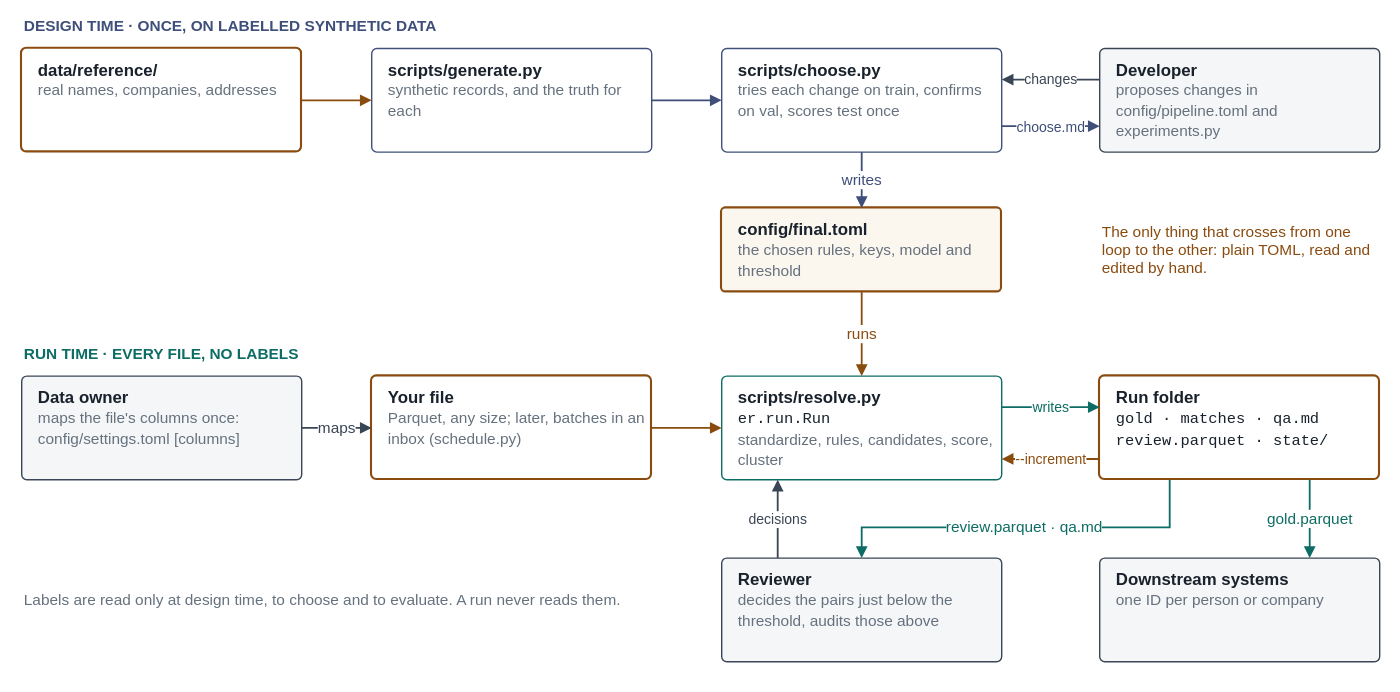
Before: docs/architecture-context.drawio.svg, a diagram exported from draw.io (mvsbm/entity_matching). Source tidied: cells renumbered, new cells last; positions are measured from the earlier drawing's top-left corner, leaving out a move shared by most shapes.
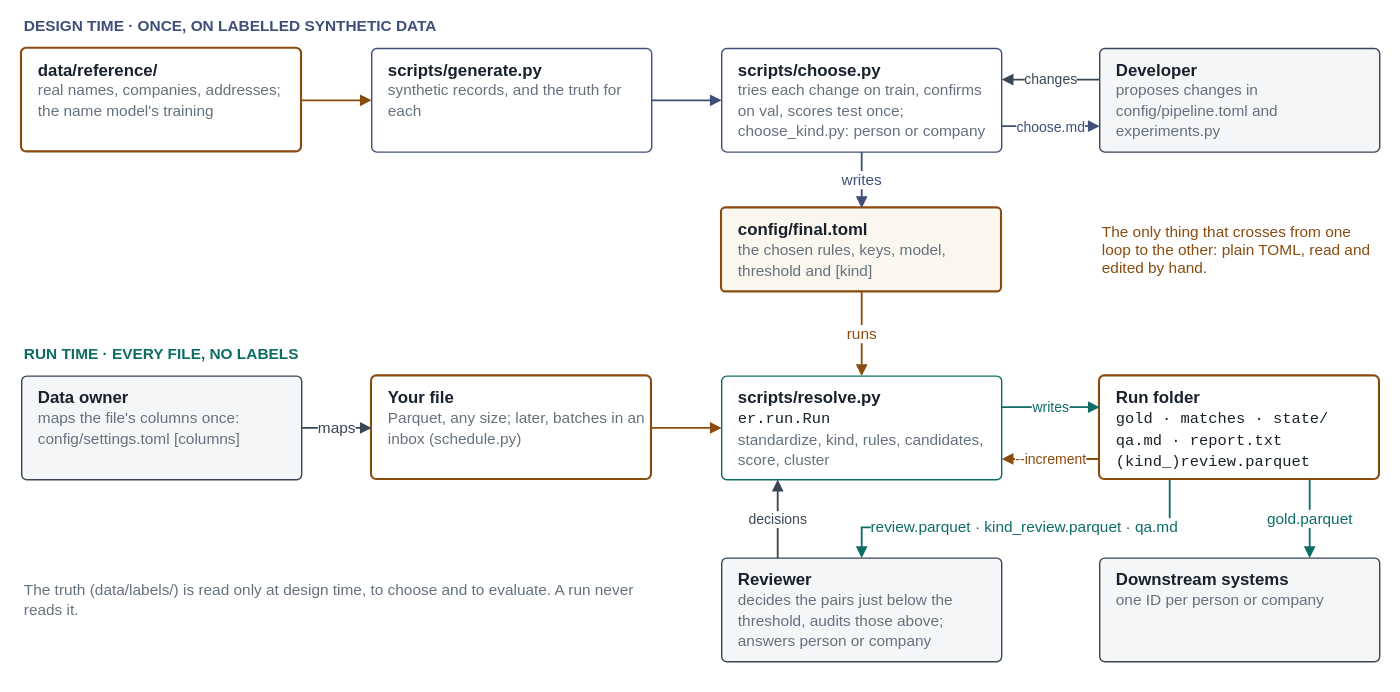
The same file after the commit.

The edit, as a diff of the source:
```diff
@@ -5,13 +5,13 @@
     <mxCell id="2" value="DESIGN TIME · ONCE, ON LABELLED SYNTHETIC DATA" style="text;html=1;align=left;verticalAlign=middle;fontFamily=Helvetica;fontSize=11;fontStyle=1;fontColor=#3f4f7a;" parent="1" vertex="1">
       <mxGeometry width="600" height="20" as="geometry" />
     </mxCell>
-    <mxCell id="3" value="&lt;b&gt;data/reference/&lt;/b&gt;&lt;br&gt;&lt;font color=&quot;#65717e&quot; style=&quot;font-size:11px&quot;&gt;real names, companies, addresses&lt;/font&gt;" style="rounded=1;arcSize=5;whiteSpace=wrap;html=1;align=left;verticalAlign=top;spacingLeft=10;spacingTop=2;fontFamily=Helvetica;fontSize=12;fontColor=#18212c;fillColor=#ffffff;strokeColor=#8a4b0f;strokeWidth=1.5;" parent="1" vertex="1">
+    <mxCell id="3" value="&lt;b&gt;data/reference/&lt;/b&gt;&lt;br&gt;&lt;font color=&quot;#65717e&quot; style=&quot;font-size:11px&quot;&gt;real names, companies, addresses; the name model's training&lt;/font&gt;" style="rounded=1;arcSize=5;whiteSpace=wrap;html=1;align=left;verticalAlign=top;spacingLeft=10;spacingTop=2;fontFamily=Helvetica;fontSize=12;fontColor=#18212c;fillColor=#ffffff;strokeColor=#8a4b0f;strokeWidth=1.5;" parent="1" vertex="1">
       <mxGeometry y="26" width="200" height="74" as="geometry" />
     </mxCell>
     <mxCell id="4" value="&lt;b&gt;scripts/generate.py&lt;/b&gt;&lt;br&gt;&lt;font color=&quot;#65717e&quot; style=&quot;font-size:11px&quot;&gt;synthetic records, and the truth for each&lt;/font&gt;" style="rounded=1;arcSize=5;whiteSpace=wrap;html=1;align=left;verticalAlign=top;spacingLeft=10;spacingTop=2;fontFamily=Helvetica;fontSize=12;fontColor=#18212c;fillColor=#ffffff;strokeColor=#3f4f7a;" parent="1" vertex="1">
       <mxGeometry x="250" y="26" width="200" height="74" as="geometry" />
     </mxCell>
-    <mxCell id="5" value="&lt;b&gt;scripts/choose.py&lt;/b&gt;&lt;br&gt;&lt;font color=&quot;#65717e&quot; style=&quot;font-size:11px&quot;&gt;tries each change on train, confirms on val, scores test once&lt;/font&gt;" style="rounded=1;arcSize=5;whiteSpace=wrap;html=1;align=left;verticalAlign=top;spacingLeft=10;spacingTop=2;fontFamily=Helvetica;fontSize=12;fontColor=#18212c;fillColor=#ffffff;strokeColor=#3f4f7a;" parent="1" vertex="1">
+    <mxCell id="5" value="&lt;b&gt;scripts/choose.py&lt;/b&gt;&lt;br&gt;&lt;font color=&quot;#65717e&quot; style=&quot;font-size:11px&quot;&gt;tries each change on train, confirms on val, scores test once; choose_kind.py: person or company&lt;/font&gt;" style="rounded=1;arcSize=5;whiteSpace=wrap;html=1;align=left;verticalAlign=top;spacingLeft=10;spacingTop=2;fontFamily=Helvetica;fontSize=12;fontColor=#18212c;fillColor=#ffffff;strokeColor=#3f4f7a;" parent="1" vertex="1">
       <mxGeometry x="500" y="26" width="200" height="74" as="geometry" />
     </mxCell>
     <mxCell id="6" value="&lt;b&gt;Developer&lt;/b&gt;&lt;br&gt;&lt;font color=&quot;#65717e&quot; style=&quot;font-size:11px&quot;&gt;proposes changes in config/pipeline.toml and experiments.py&lt;/font&gt;" style="rounded=1;arcSize=5;whiteSpace=wrap;html=1;align=left;verticalAlign=top;spacingLeft=10;spacingTop=2;fontFamily=Helvetica;fontSize=12;fontColor=#18212c;fillColor=#ffffff;strokeColor=#3a4655;fillColor=#f5f6f8;" parent="1" vertex="1">
@@ -29,7 +29,7 @@
     <mxCell id="10" value="choose.md" style="edgeStyle=orthogonalEdgeStyle;rounded=0;html=1;endArrow=block;endFill=1;endSize=5;strokeColor=#3f4f7a;strokeWidth=1.3;fontFamily=Helvetica;fontSize=11;fontColor=#3f4f7a;labelBackgroundColor=#ffffff;exitX=1;exitY=0.75;entryX=0;entryY=0.75;fontSize=10;" parent="1" edge="1" source="5" target="6">
       <mxGeometry relative="1" as="geometry" />
     </mxCell>
-    <mxCell id="11" value="&lt;b&gt;config/final.toml&lt;/b&gt;&lt;br&gt;&lt;font color=&quot;#65717e&quot; style=&quot;font-size:11px&quot;&gt;the chosen rules, keys, model and threshold&lt;/font&gt;" style="rounded=1;arcSize=5;whiteSpace=wrap;html=1;align=left;verticalAlign=top;spacingLeft=10;spacingTop=2;fontFamily=Helvetica;fontSize=12;fontColor=#18212c;fillColor=#ffffff;strokeColor=#8a4b0f;strokeWidth=1.5;fillColor=#fbf6ee;" parent="1" vertex="1">
+    <mxCell id="11" value="&lt;b&gt;config/final.toml&lt;/b&gt;&lt;br&gt;&lt;font color=&quot;#65717e&quot; style=&quot;font-size:11px&quot;&gt;the chosen rules, keys, model, threshold and [kind]&lt;/font&gt;" style="rounded=1;arcSize=5;whiteSpace=wrap;html=1;align=left;verticalAlign=top;spacingLeft=10;spacingTop=2;fontFamily=Helvetica;fontSize=12;fontColor=#18212c;fillColor=#ffffff;strokeColor=#8a4b0f;strokeWidth=1.5;fillColor=#fbf6ee;" parent="1" vertex="1">
       <mxGeometry x="500" y="140" width="200" height="60" as="geometry" />
     </mxCell>
     <mxCell id="12" value="The only thing that crosses from one loop to the other: plain TOML, read and edited by hand." style="text;html=1;align=left;verticalAlign=middle;whiteSpace=wrap;fontFamily=Helvetica;fontSize=11;fontColor=#65717e;fontColor=#8a4b0f;" parent="1" vertex="1">
@@ -47,10 +47,10 @@
     <mxCell id="16" value="&lt;b&gt;Your file&lt;/b&gt;&lt;br&gt;&lt;font color=&quot;#65717e&quot; style=&quot;font-size:11px&quot;&gt;Parquet, any size; later, batches in an inbox (schedule.py)&lt;/font&gt;" style="rounded=1;arcSize=5;whiteSpace=wrap;html=1;align=left;verticalAlign=top;spacingLeft=10;spacingTop=2;fontFamily=Helvetica;fontSize=12;fontColor=#18212c;fillColor=#ffffff;strokeColor=#8a4b0f;strokeWidth=1.5;" parent="1" vertex="1">
       <mxGeometry x="250" y="260" width="200" height="74" as="geometry" />
     </mxCell>
-    <mxCell id="17" value="&lt;b&gt;scripts/resolve.py&lt;/b&gt;&lt;br&gt;&lt;font face=&quot;Courier New&quot; style=&quot;font-size:11px&quot;&gt;er.run.Run&lt;/font&gt;&lt;br&gt;&lt;font color=&quot;#65717e&quot; style=&quot;font-size:11px&quot;&gt;standardize, rules, candidates, score, cluster&lt;/font&gt;" style="rounded=1;arcSize=5;whiteSpace=wrap;html=1;align=left;verticalAlign=top;spacingLeft=10;spacingTop=2;fontFamily=Helvetica;fontSize=12;fontColor=#18212c;fillColor=#ffffff;strokeColor=#0d6d65;" parent="1" vertex="1">
+    <mxCell id="17" value="&lt;b&gt;scripts/resolve.py&lt;/b&gt;&lt;br&gt;&lt;font face=&quot;Courier New&quot; style=&quot;font-size:11px&quot;&gt;er.run.Run&lt;/font&gt;&lt;br&gt;&lt;font color=&quot;#65717e&quot; style=&quot;font-size:11px&quot;&gt;standardize, kind, rules, candidates, score, cluster&lt;/font&gt;" style="rounded=1;arcSize=5;whiteSpace=wrap;html=1;align=left;verticalAlign=top;spacingLeft=10;spacingTop=2;fontFamily=Helvetica;fontSize=12;fontColor=#18212c;fillColor=#ffffff;strokeColor=#0d6d65;" parent="1" vertex="1">
       <mxGeometry x="500" y="260" width="200" height="74" as="geometry" />
     </mxCell>
-    <mxCell id="18" value="&lt;b&gt;Run folder&lt;/b&gt;&lt;br&gt;&lt;font face=&quot;Courier New&quot; style=&quot;font-size:11px&quot;&gt;gold · matches · qa.md&lt;/font&gt;&lt;br&gt;&lt;font face=&quot;Courier New&quot; style=&quot;font-size:11px&quot;&gt;review.parquet · state/&lt;/font&gt;" style="rounded=1;arcSize=5;whiteSpace=wrap;html=1;align=left;verticalAlign=top;spacingLeft=10;spacingTop=2;fontFamily=Helvetica;fontSize=12;fontColor=#18212c;fillColor=#ffffff;strokeColor=#8a4b0f;strokeWidth=1.5;" parent="1" vertex="1">
+    <mxCell id="18" value="&lt;b&gt;Run folder&lt;/b&gt;&lt;br&gt;&lt;font face=&quot;Courier New&quot; style=&quot;font-size:11px&quot;&gt;gold · matches · state/&lt;/font&gt;&lt;br&gt;&lt;font face=&quot;Courier New&quot; style=&quot;font-size:11px&quot;&gt;qa.md · report.txt&lt;/font&gt;&lt;br&gt;&lt;font face=&quot;Courier New&quot; style=&quot;font-size:11px&quot;&gt;(kind_)review.parquet&lt;/font&gt;" style="rounded=1;arcSize=5;whiteSpace=wrap;html=1;align=left;verticalAlign=top;spacingLeft=10;spacingTop=2;fontFamily=Helvetica;fontSize=12;fontColor=#18212c;fillColor=#ffffff;strokeColor=#8a4b0f;strokeWidth=1.5;" parent="1" vertex="1">
       <mxGeometry x="770" y="260" width="200" height="74" as="geometry" />
     </mxCell>
     <mxCell id="19" value="maps" style="edgeStyle=orthogonalEdgeStyle;rounded=0;html=1;endArrow=block;endFill=1;endSize=5;strokeColor=#3a4655;strokeWidth=1.3;fontFamily=Helvetica;fontSize=11;fontColor=#3a4655;labelBackgroundColor=#ffffff;exitX=1;exitY=0.5;entryX=0;entryY=0.5;" parent="1" edge="1" source="15" target="16">
@@ -68,7 +68,7 @@
     <mxCell id="23" value="--increment" style="edgeStyle=orthogonalEdgeStyle;rounded=0;html=1;endArrow=block;endFill=1;endSize=5;strokeColor=#8a4b0f;strokeWidth=1.3;fontFamily=Helvetica;fontSize=11;fontColor=#8a4b0f;labelBackgroundColor=#ffffff;exitX=0;exitY=0.8;entryX=1;entryY=0.8;fontSize=10;" parent="1" edge="1" source="18" target="17">
       <mxGeometry relative="1" as="geometry" />
     </mxCell>
-    <mxCell id="24" value="&lt;b&gt;Reviewer&lt;/b&gt;&lt;br&gt;&lt;font color=&quot;#65717e&quot; style=&quot;font-size:11px&quot;&gt;decides the pairs just below the threshold, audits those above&lt;/font&gt;" style="rounded=1;arcSize=5;whiteSpace=wrap;html=1;align=left;verticalAlign=top;spacingLeft=10;spacingTop=2;fontFamily=Helvetica;fontSize=12;fontColor=#18212c;fillColor=#ffffff;strokeColor=#3a4655;fillColor=#f5f6f8;" parent="1" vertex="1">
+    <mxCell id="24" value="&lt;b&gt;Reviewer&lt;/b&gt;&lt;br&gt;&lt;font color=&quot;#65717e&quot; style=&quot;font-size:11px&quot;&gt;decides the pairs just below the threshold, audits those above; answers person or company&lt;/font&gt;" style="rounded=1;arcSize=5;whiteSpace=wrap;html=1;align=left;verticalAlign=top;spacingLeft=10;spacingTop=2;fontFamily=Helvetica;fontSize=12;fontColor=#18212c;fillColor=#ffffff;strokeColor=#3a4655;fillColor=#f5f6f8;" parent="1" vertex="1">
       <mxGeometry x="500" y="390" width="200" height="74" as="geometry" />
     </mxCell>
     <mxCell id="25" value="&lt;b&gt;Downstream systems&lt;/b&gt;&lt;br&gt;&lt;font color=&quot;#65717e&quot; style=&quot;font-size:11px&quot;&gt;one ID per person or company&lt;/font&gt;" style="rounded=1;arcSize=5;whiteSpace=wrap;html=1;align=left;verticalAlign=top;spacingLeft=10;spacingTop=2;fontFamily=Helvetica;fontSize=12;fontColor=#18212c;fillColor=#ffffff;strokeColor=#3a4655;fillColor=#f5f6f8;" parent="1" vertex="1">
@@ -77,7 +77,7 @@
     <mxCell id="26" value="gold.parquet" style="edgeStyle=orthogonalEdgeStyle;rounded=0;html=1;endArrow=block;endFill=1;endSize=5;strokeColor=#0d6d65;strokeWidth=1.3;fontFamily=Helvetica;fontSize=11;fontColor=#0d6d65;labelBackgroundColor=#ffffff;exitX=0.75;exitY=1;entryX=0.75;entryY=0;" parent="1" edge="1" source="18" target="25">
       <mxGeometry relative="1" as="geometry" />
     </mxCell>
-    <mxCell id="27" value="review.parquet · qa.md" style="edgeStyle=orthogonalEdgeStyle;rounded=0;html=1;endArrow=block;endFill=1;endSize=5;strokeColor=#0d6d65;strokeWidth=1.3;fontFamily=Helvetica;fontSize=11;fontColor=#0d6d65;labelBackgroundColor=#ffffff;exitX=0.25;exitY=1;entryX=0.5;entryY=0;" parent="1" edge="1" source="18" target="24">
+    <mxCell id="27" value="review.parquet · kind_review.parquet · qa.md" style="edgeStyle=orthogonalEdgeStyle;rounded=0;html=1;endArrow=block;endFill=1;endSize=5;strokeColor=#0d6d65;strokeWidth=1.3;fontFamily=Helvetica;fontSize=11;fontColor=#0d6d65;labelBackgroundColor=#ffffff;exitX=0.25;exitY=1;entryX=0.5;entryY=0;" parent="1" edge="1" source="18" target="24">
       <mxGeometry relative="1" as="geometry">
         <Array as="points">
           <mxPoint x="820" y="368" />
@@ -88,7 +88,7 @@
     <mxCell id="28" value="decisions" style="edgeStyle=orthogonalEdgeStyle;rounded=0;html=1;endArrow=block;endFill=1;endSize=5;strokeColor=#3a4655;strokeWidth=1.3;fontFamily=Helvetica;fontSize=11;fontColor=#3a4655;labelBackgroundColor=#ffffff;exitX=0.2;exitY=0;entryX=0.2;entryY=1;fontSize=10;" parent="1" edge="1" source="24" target="17">
       <mxGeometry relative="1" as="geometry" />
     </mxCell>
-    <mxCell id="29" value="Labels are read only at design time, to choose and to evaluate. A run never reads them." style="text;html=1;align=left;verticalAlign=middle;whiteSpace=wrap;fontFamily=Helvetica;fontSize=11;fontColor=#65717e;" parent="1" vertex="1">
+    <mxCell id="29" value="The truth (data/labels/) is read only at design time, to choose and to evaluate. A run never reads it." style="text;html=1;align=left;verticalAlign=middle;whiteSpace=wrap;fontFamily=Helvetica;fontSize=11;fontColor=#65717e;" parent="1" vertex="1">
       <mxGeometry y="400" width="440" height="40" as="geometry" />
     </mxCell>
   </root>
```
